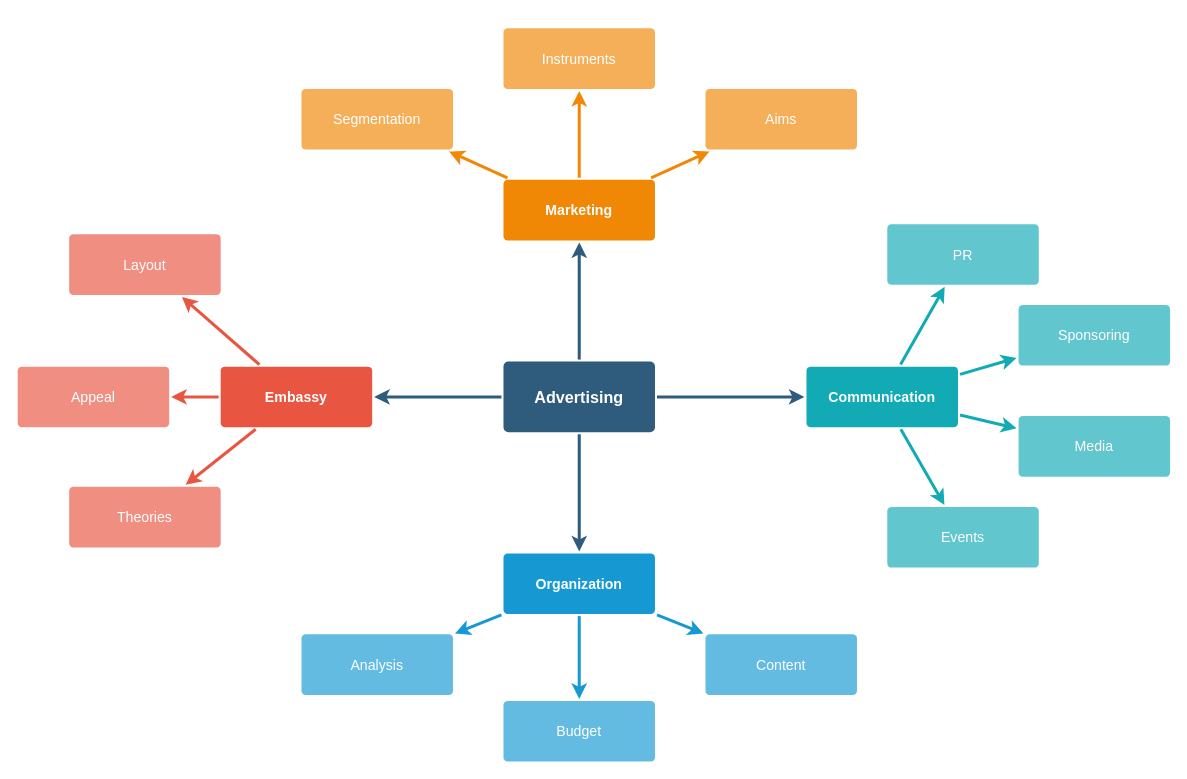
Earlier version of the draw.io diagram Untitled Diagram2.drawio (eeping08/HDB_Resale_App). Source tidied: cells renumbered, new cells numbered last; positions are measured from the earlier drawing's top-left corner, leaving out a move shared by most shapes. Both pictures are drawn from the tidied source at 101%, with x=0, y=0 at pixel (17, 27).
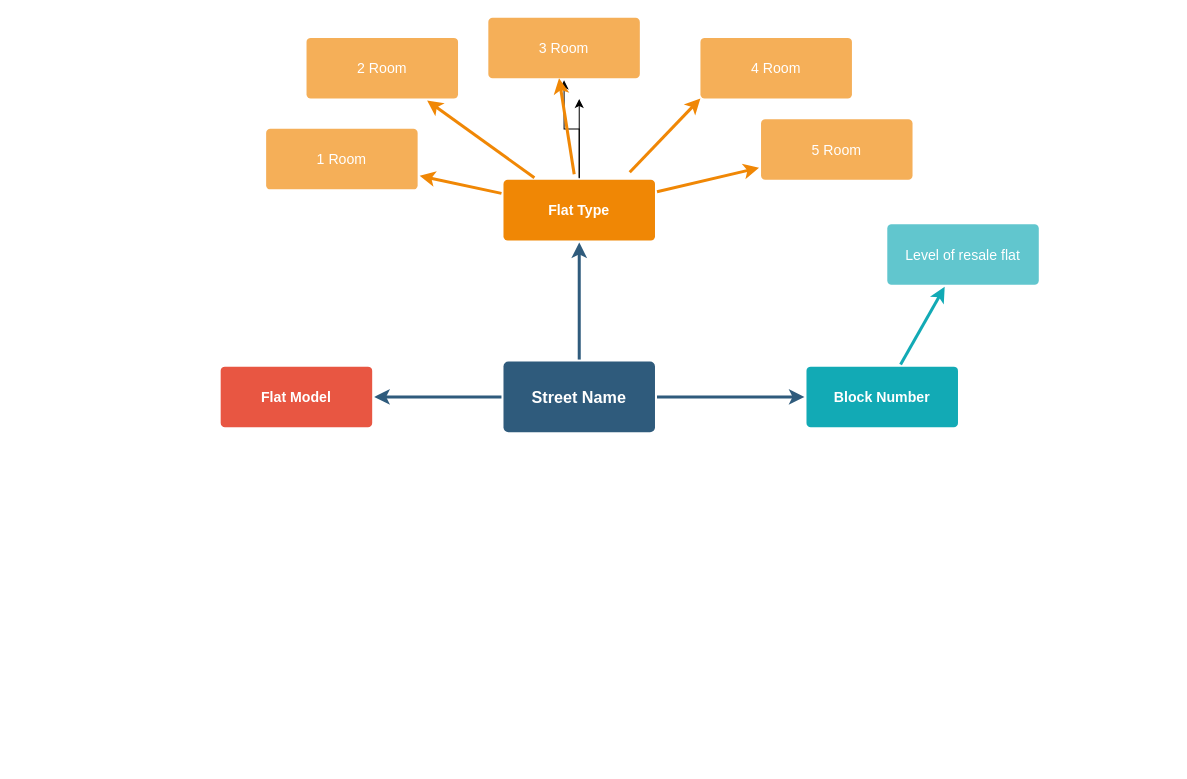
The same page after the edit.

Change to the diagram source:
```diff
@@
-    <mxCell id="4" style="edgeStyle=none;rounded=0;jumpStyle=none;html=1;shadow=0;labelBackgroundColor=none;startArrow=none;startFill=0;endArrow=classic;endFill=1;jettySize=auto;strokeColor=#2F5B7C;strokeWidth=3;fontFamily=Helvetica;fontSize=16;fontColor=#23445D;spacing=5;" parent="1" edge="1" source="6" target="17">
-      <mxGeometry relative="1" as="geometry" />
-    </mxCell>
@@
-    <mxCell id="6" value="Advertising" style="rounded=1;whiteSpace=wrap;html=1;shadow=0;labelBackgroundColor=none;strokeColor=none;strokeWidth=3;fillColor=#2F5B7C;fontFamily=Helvetica;fontSize=16;fontColor=#FFFFFF;align=center;fontStyle=1;spacing=5;arcSize=7;perimeterSpacing=2;" parent="1" vertex="1">
+    <mxCell id="6" value="Street Name" style="rounded=1;whiteSpace=wrap;html=1;shadow=0;labelBackgroundColor=none;strokeColor=none;strokeWidth=3;fillColor=#2F5B7C;fontFamily=Helvetica;fontSize=16;fontColor=#FFFFFF;align=center;fontStyle=1;spacing=5;arcSize=7;perimeterSpacing=2;" parent="1" vertex="1">
       <mxGeometry x="481" y="330.5" width="150" height="70" as="geometry" />
     </mxCell>
-    <mxCell id="7" style="edgeStyle=none;rounded=1;jumpStyle=none;html=1;shadow=0;labelBackgroundColor=none;startArrow=none;startFill=0;jettySize=auto;strokeColor=#E85642;strokeWidth=3;fontFamily=Helvetica;fontSize=14;fontColor=#FFFFFF;spacing=5;fontStyle=1;fillColor=#b0e3e6;" parent="1" edge="1" source="10" target="13">
-      <mxGeometry relative="1" as="geometry" />
-    </mxCell>
-    <mxCell id="8" style="edgeStyle=none;rounded=1;jumpStyle=none;html=1;shadow=0;labelBackgroundColor=none;startArrow=none;startFill=0;jettySize=auto;strokeColor=#E85642;strokeWidth=3;fontFamily=Helvetica;fontSize=14;fontColor=#FFFFFF;spacing=5;fontStyle=1;fillColor=#b0e3e6;" parent="1" edge="1" source="10" target="12">
-      <mxGeometry relative="1" as="geometry" />
-    </mxCell>
-    <mxCell id="9" style="edgeStyle=none;rounded=1;jumpStyle=none;html=1;shadow=0;labelBackgroundColor=none;startArrow=none;startFill=0;jettySize=auto;strokeColor=#E85642;strokeWidth=3;fontFamily=Helvetica;fontSize=14;fontColor=#FFFFFF;spacing=5;fontStyle=1;fillColor=#b0e3e6;" parent="1" edge="1" source="10" target="11">
-      <mxGeometry relative="1" as="geometry" />
-    </mxCell>
-    <mxCell id="10" value="Embassy" style="rounded=1;whiteSpace=wrap;html=1;shadow=0;labelBackgroundColor=none;strokeColor=none;strokeWidth=3;fillColor=#e85642;fontFamily=Helvetica;fontSize=14;fontColor=#FFFFFF;align=center;spacing=5;fontStyle=1;arcSize=7;perimeterSpacing=2;" parent="1" vertex="1">
+    <mxCell id="10" value="Flat Model" style="rounded=1;whiteSpace=wrap;html=1;shadow=0;labelBackgroundColor=none;strokeColor=none;strokeWidth=3;fillColor=#e85642;fontFamily=Helvetica;fontSize=14;fontColor=#FFFFFF;align=center;spacing=5;fontStyle=1;arcSize=7;perimeterSpacing=2;" parent="1" vertex="1">
       <mxGeometry x="201" y="335.5" width="150" height="60" as="geometry" />
     </mxCell>
-    <mxCell id="11" value="Theories" style="rounded=1;whiteSpace=wrap;html=1;shadow=0;labelBackgroundColor=none;strokeColor=none;strokeWidth=3;fillColor=#f08e81;fontFamily=Helvetica;fontSize=14;fontColor=#FFFFFF;align=center;spacing=5;fontStyle=0;arcSize=7;perimeterSpacing=2;" parent="1" vertex="1">
-      <mxGeometry x="51" y="454.5" width="150" height="60" as="geometry" />
-    </mxCell>
-    <mxCell id="12" value="Appeal" style="rounded=1;whiteSpace=wrap;html=1;shadow=0;labelBackgroundColor=none;strokeColor=none;strokeWidth=3;fillColor=#f08e81;fontFamily=Helvetica;fontSize=14;fontColor=#FFFFFF;align=center;spacing=5;fontStyle=0;arcSize=7;perimeterSpacing=2;" parent="1" vertex="1">
-      <mxGeometry y="335.5" width="150" height="60" as="geometry" />
-    </mxCell>
-    <mxCell id="13" value="Layout" style="rounded=1;whiteSpace=wrap;html=1;shadow=0;labelBackgroundColor=none;strokeColor=none;strokeWidth=3;fillColor=#f08e81;fontFamily=Helvetica;fontSize=14;fontColor=#FFFFFF;align=center;spacing=5;fontStyle=0;arcSize=7;perimeterSpacing=2;" parent="1" vertex="1">
-      <mxGeometry x="51" y="204.5" width="150" height="60" as="geometry" />
-    </mxCell>
-    <mxCell id="14" style="edgeStyle=none;rounded=0;jumpStyle=none;html=1;shadow=0;labelBackgroundColor=none;startArrow=none;startFill=0;endArrow=classic;endFill=1;jettySize=auto;strokeColor=#1699D3;strokeWidth=3;fontFamily=Helvetica;fontSize=14;fontColor=#FFFFFF;spacing=5;" parent="1" edge="1" source="17" target="20">
-      <mxGeometry relative="1" as="geometry" />
-    </mxCell>
-    <mxCell id="15" style="edgeStyle=none;rounded=0;jumpStyle=none;html=1;shadow=0;labelBackgroundColor=none;startArrow=none;startFill=0;endArrow=classic;endFill=1;jettySize=auto;strokeColor=#1699D3;strokeWidth=3;fontFamily=Helvetica;fontSize=14;fontColor=#FFFFFF;spacing=5;" parent="1" edge="1" source="17" target="19">
-      <mxGeometry relative="1" as="geometry" />
-    </mxCell>
-    <mxCell id="16" style="edgeStyle=none;rounded=0;jumpStyle=none;html=1;shadow=0;labelBackgroundColor=none;startArrow=none;startFill=0;endArrow=classic;endFill=1;jettySize=auto;strokeColor=#1699D3;strokeWidth=3;fontFamily=Helvetica;fontSize=14;fontColor=#FFFFFF;spacing=5;" parent="1" edge="1" source="17" target="18">
-      <mxGeometry relative="1" as="geometry" />
-    </mxCell>
-    <mxCell id="17" value="Organization" style="rounded=1;whiteSpace=wrap;html=1;shadow=0;labelBackgroundColor=none;strokeColor=none;strokeWidth=3;fillColor=#1699d3;fontFamily=Helvetica;fontSize=14;fontColor=#FFFFFF;align=center;spacing=5;fontStyle=1;arcSize=7;perimeterSpacing=2;" parent="1" vertex="1">
-      <mxGeometry x="481" y="520.5" width="150" height="60" as="geometry" />
-    </mxCell>
-    <mxCell id="18" value="Content" style="rounded=1;whiteSpace=wrap;html=1;shadow=0;labelBackgroundColor=none;strokeColor=none;strokeWidth=3;fillColor=#64bbe2;fontFamily=Helvetica;fontSize=14;fontColor=#FFFFFF;align=center;spacing=5;arcSize=7;perimeterSpacing=2;" parent="1" vertex="1">
-      <mxGeometry x="681" y="600.5" width="150" height="60" as="geometry" />
-    </mxCell>
-    <mxCell id="19" value="Budget" style="rounded=1;whiteSpace=wrap;html=1;shadow=0;labelBackgroundColor=none;strokeColor=none;strokeWidth=3;fillColor=#64bbe2;fontFamily=Helvetica;fontSize=14;fontColor=#FFFFFF;align=center;spacing=5;arcSize=7;perimeterSpacing=2;" parent="1" vertex="1">
-      <mxGeometry x="481" y="666.5" width="150" height="60" as="geometry" />
-    </mxCell>
-    <mxCell id="20" value="Analysis" style="rounded=1;whiteSpace=wrap;html=1;shadow=0;labelBackgroundColor=none;strokeColor=none;strokeWidth=3;fillColor=#64bbe2;fontFamily=Helvetica;fontSize=14;fontColor=#FFFFFF;align=center;spacing=5;arcSize=7;perimeterSpacing=2;" parent="1" vertex="1">
-      <mxGeometry x="281" y="600.5" width="150" height="60" as="geometry" />
-    </mxCell>
+    <mxCell id="37" style="edgeStyle=orthogonalEdgeStyle;rounded=0;orthogonalLoop=1;jettySize=auto;html=1;" parent="1" edge="1">
+      <mxGeometry relative="1" as="geometry">
+        <mxPoint x="556" y="149" as="sourcePoint" />
+        <mxPoint x="556" y="70.5" as="targetPoint" />
+      </mxGeometry>
+    </mxCell>
+    <mxCell id="38" style="edgeStyle=orthogonalEdgeStyle;rounded=0;jettySize=auto;html=1;" parent="1" edge="1" source="21" target="39">
+      <mxGeometry relative="1" as="geometry" />
+    </mxCell>
-    <mxCell id="21" value="Marketing" style="rounded=1;whiteSpace=wrap;html=1;shadow=0;labelBackgroundColor=none;strokeColor=none;strokeWidth=3;fillColor=#F08705;fontFamily=Helvetica;fontSize=14;fontColor=#FFFFFF;align=center;spacing=5;fontStyle=1;arcSize=7;perimeterSpacing=2;" parent="1" vertex="1">
+    <mxCell id="21" value="Flat Type" style="rounded=1;whiteSpace=wrap;html=1;shadow=0;labelBackgroundColor=none;strokeColor=none;strokeWidth=3;fillColor=#F08705;fontFamily=Helvetica;fontSize=14;fontColor=#FFFFFF;align=center;spacing=5;fontStyle=1;arcSize=7;perimeterSpacing=2;" parent="1" vertex="1">
       <mxGeometry x="481" y="150.5" width="150" height="60" as="geometry" />
     </mxCell>
-    <mxCell id="22" value="Aims&lt;br&gt;" style="rounded=1;whiteSpace=wrap;html=1;shadow=0;labelBackgroundColor=none;strokeColor=none;strokeWidth=3;fillColor=#f5af58;fontFamily=Helvetica;fontSize=14;fontColor=#FFFFFF;align=center;spacing=5;arcSize=7;perimeterSpacing=2;" parent="1" vertex="1">
-      <mxGeometry x="681" y="60.5" width="150" height="60" as="geometry" />
+    <mxCell id="22" value="5 Room" style="rounded=1;whiteSpace=wrap;html=1;shadow=0;labelBackgroundColor=none;strokeColor=none;strokeWidth=3;fillColor=#f5af58;fontFamily=Helvetica;fontSize=14;fontColor=#FFFFFF;align=center;spacing=5;arcSize=7;perimeterSpacing=2;" parent="1" vertex="1">
+      <mxGeometry x="736" y="90.5" width="150" height="60" as="geometry" />
     </mxCell>
@@
-    <mxCell id="24" value="Instruments" style="rounded=1;whiteSpace=wrap;html=1;shadow=0;labelBackgroundColor=none;strokeColor=none;strokeWidth=3;fillColor=#f5af58;fontFamily=Helvetica;fontSize=14;fontColor=#FFFFFF;align=center;spacing=5;arcSize=7;perimeterSpacing=2;" parent="1" vertex="1">
-      <mxGeometry x="481" y="0.5" width="150" height="60" as="geometry" />
+    <mxCell id="24" value="2 Room" style="rounded=1;whiteSpace=wrap;html=1;shadow=0;labelBackgroundColor=none;strokeColor=none;strokeWidth=3;fillColor=#f5af58;fontFamily=Helvetica;fontSize=14;fontColor=#FFFFFF;align=center;spacing=5;arcSize=7;perimeterSpacing=2;" parent="1" vertex="1">
+      <mxGeometry x="286" y="10" width="150" height="60" as="geometry" />
     </mxCell>
@@
-    <mxCell id="26" value="Segmentation" style="rounded=1;whiteSpace=wrap;html=1;shadow=0;labelBackgroundColor=none;strokeColor=none;strokeWidth=3;fillColor=#f5af58;fontFamily=Helvetica;fontSize=14;fontColor=#FFFFFF;align=center;spacing=5;arcSize=7;perimeterSpacing=2;" parent="1" vertex="1">
-      <mxGeometry x="281" y="60.5" width="150" height="60" as="geometry" />
+    <mxCell id="26" value="1 Room" style="rounded=1;whiteSpace=wrap;html=1;shadow=0;labelBackgroundColor=none;strokeColor=none;strokeWidth=3;fillColor=#f5af58;fontFamily=Helvetica;fontSize=14;fontColor=#FFFFFF;align=center;spacing=5;arcSize=7;perimeterSpacing=2;" parent="1" vertex="1">
+      <mxGeometry x="246" y="100" width="150" height="60" as="geometry" />
     </mxCell>
@@
-    <mxCell id="28" value="Communication" style="rounded=1;whiteSpace=wrap;html=1;shadow=0;labelBackgroundColor=none;strokeColor=none;strokeWidth=3;fillColor=#12aab5;fontFamily=Helvetica;fontSize=14;fontColor=#FFFFFF;align=center;spacing=5;fontStyle=1;arcSize=7;perimeterSpacing=2;" parent="1" vertex="1">
+    <mxCell id="28" value="Block Number" style="rounded=1;whiteSpace=wrap;html=1;shadow=0;labelBackgroundColor=none;strokeColor=none;strokeWidth=3;fillColor=#12aab5;fontFamily=Helvetica;fontSize=14;fontColor=#FFFFFF;align=center;spacing=5;fontStyle=1;arcSize=7;perimeterSpacing=2;" parent="1" vertex="1">
       <mxGeometry x="781" y="335.5" width="150" height="60" as="geometry" />
     </mxCell>
-    <mxCell id="29" value="Events" style="rounded=1;whiteSpace=wrap;html=1;shadow=0;labelBackgroundColor=none;strokeColor=none;strokeWidth=3;fillColor=#61c6ce;fontFamily=Helvetica;fontSize=14;fontColor=#FFFFFF;align=center;spacing=5;fontStyle=0;arcSize=7;perimeterSpacing=2;" parent="1" vertex="1">
-      <mxGeometry x="861" y="474.5" width="150" height="60" as="geometry" />
-    </mxCell>
-    <mxCell id="30" style="edgeStyle=none;rounded=1;jumpStyle=none;html=1;shadow=0;labelBackgroundColor=none;startArrow=none;startFill=0;jettySize=auto;strokeColor=#12AAB5;strokeWidth=3;fontFamily=Helvetica;fontSize=14;fontColor=#FFFFFF;spacing=5;fontStyle=1;fillColor=#b0e3e6;" parent="1" edge="1" source="28" target="29">
-      <mxGeometry relative="1" as="geometry" />
-    </mxCell>
-    <mxCell id="31" value="Media" style="rounded=1;whiteSpace=wrap;html=1;shadow=0;labelBackgroundColor=none;strokeColor=none;strokeWidth=3;fillColor=#61c6ce;fontFamily=Helvetica;fontSize=14;fontColor=#FFFFFF;align=center;spacing=5;fontStyle=0;arcSize=7;perimeterSpacing=2;" parent="1" vertex="1">
-      <mxGeometry x="991" y="384.5" width="150" height="60" as="geometry" />
-    </mxCell>
-    <mxCell id="32" style="edgeStyle=none;rounded=1;jumpStyle=none;html=1;shadow=0;labelBackgroundColor=none;startArrow=none;startFill=0;jettySize=auto;strokeColor=#12AAB5;strokeWidth=3;fontFamily=Helvetica;fontSize=14;fontColor=#FFFFFF;spacing=5;fontStyle=1;fillColor=#b0e3e6;" parent="1" edge="1" source="28" target="31">
-      <mxGeometry relative="1" as="geometry" />
-    </mxCell>
-    <mxCell id="33" value="Sponsoring" style="rounded=1;whiteSpace=wrap;html=1;shadow=0;labelBackgroundColor=none;strokeColor=none;strokeWidth=3;fillColor=#61c6ce;fontFamily=Helvetica;fontSize=14;fontColor=#FFFFFF;align=center;spacing=5;fontStyle=0;arcSize=7;perimeterSpacing=2;" parent="1" vertex="1">
-      <mxGeometry x="991" y="274.5" width="150" height="60" as="geometry" />
-    </mxCell>
-    <mxCell id="34" style="edgeStyle=none;rounded=1;jumpStyle=none;html=1;shadow=0;labelBackgroundColor=none;startArrow=none;startFill=0;jettySize=auto;strokeColor=#12AAB5;strokeWidth=3;fontFamily=Helvetica;fontSize=14;fontColor=#FFFFFF;spacing=5;fontStyle=1;fillColor=#b0e3e6;" parent="1" edge="1" source="28" target="33">
-      <mxGeometry relative="1" as="geometry" />
-    </mxCell>
-    <mxCell id="35" value="PR" style="rounded=1;whiteSpace=wrap;html=1;shadow=0;labelBackgroundColor=none;strokeColor=none;strokeWidth=3;fillColor=#61c6ce;fontFamily=Helvetica;fontSize=14;fontColor=#FFFFFF;align=center;spacing=5;fontStyle=0;arcSize=7;perimeterSpacing=2;" parent="1" vertex="1">
+    <mxCell id="35" value="Level of resale flat" style="rounded=1;whiteSpace=wrap;html=1;shadow=0;labelBackgroundColor=none;strokeColor=none;strokeWidth=3;fillColor=#61c6ce;fontFamily=Helvetica;fontSize=14;fontColor=#FFFFFF;align=center;spacing=5;fontStyle=0;arcSize=7;perimeterSpacing=2;" parent="1" vertex="1">
       <mxGeometry x="861" y="194.5" width="150" height="60" as="geometry" />
     </mxCell>
@@
+    <mxCell id="39" value="3 Room" style="rounded=1;whiteSpace=wrap;html=1;shadow=0;labelBackgroundColor=none;strokeColor=none;strokeWidth=3;fillColor=#f5af58;fontFamily=Helvetica;fontSize=14;fontColor=#FFFFFF;align=center;spacing=5;arcSize=7;perimeterSpacing=2;" parent="1" vertex="1">
+      <mxGeometry x="466" y="-10" width="150" height="60" as="geometry" />
+    </mxCell>
+    <mxCell id="40" style="edgeStyle=none;rounded=0;jumpStyle=none;html=1;shadow=0;labelBackgroundColor=none;startArrow=none;startFill=0;endArrow=classic;endFill=1;jettySize=auto;orthogonalLoop=1;strokeColor=#F08705;strokeWidth=3;fontFamily=Helvetica;fontSize=14;fontColor=#FFFFFF;spacing=5;exitX=0.25;exitY=0;exitDx=0;exitDy=0;" parent="1" edge="1">
+      <mxGeometry relative="1" as="geometry">
+        <mxPoint x="551" y="145" as="sourcePoint" />
+        <mxPoint x="536" y="50" as="targetPoint" />
+      </mxGeometry>
+    </mxCell>
+    <mxCell id="41" style="edgeStyle=none;rounded=0;jumpStyle=none;html=1;shadow=0;labelBackgroundColor=none;startArrow=none;startFill=0;endArrow=classic;endFill=1;jettySize=auto;orthogonalLoop=1;strokeColor=#F08705;strokeWidth=3;fontFamily=Helvetica;fontSize=14;fontColor=#FFFFFF;spacing=5;" parent="1" edge="1">
+      <mxGeometry relative="1" as="geometry">
+        <mxPoint x="606" y="143" as="sourcePoint" />
+        <mxPoint x="676" y="70" as="targetPoint" />
+      </mxGeometry>
+    </mxCell>
+    <mxCell id="42" value="4 Room" style="rounded=1;whiteSpace=wrap;html=1;shadow=0;labelBackgroundColor=none;strokeColor=none;strokeWidth=3;fillColor=#f5af58;fontFamily=Helvetica;fontSize=14;fontColor=#FFFFFF;align=center;spacing=5;arcSize=7;perimeterSpacing=2;" parent="1" vertex="1">
+      <mxGeometry x="676" y="10" width="150" height="60" as="geometry" />
+    </mxCell>
```
